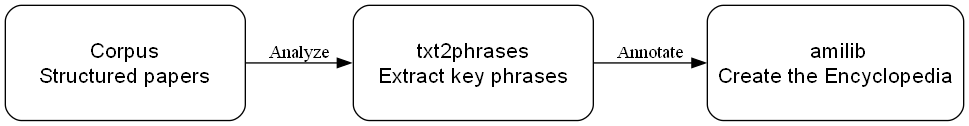
This is workflow/under.png from semanticClimate/encyclopedia, a Graphviz export, as it was before one commit. Its source is kept beside it as workflow/under.dot. The source it was exported from:
```dot
digraph understand_corpus {
    rankdir=LR;  // Left to right layout
    bgcolor="white";
    node [shape=rectangle, style=rounded, fontsize=16, fontname="Helvetica", width=2.5, height=1.2];

    corpus [label="Corpus\nStructured papers"];
    txt2phrases [label="txt2phrases\nExtract key phrases"];
    amilib [label=" amilib\nCreate the Encyclopedia"];


    corpus -> txt2phrases [label="Analyze", fontsize=14];
    txt2phrases -> amilib [label="Annotate", fontsize=14];
}
```
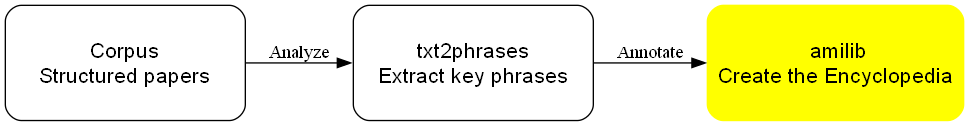
After the commit.

Commit message:
book generation

The edit, as a diff of the source:
```diff
@@ -1,11 +1,10 @@
 digraph understand_corpus {
     rankdir=LR;  // Left to right layout
-    bgcolor="white";
     node [shape=rectangle, style=rounded, fontsize=16, fontname="Helvetica", width=2.5, height=1.2];
 
     corpus [label="Corpus\nStructured papers"];
     txt2phrases [label="txt2phrases\nExtract key phrases"];
-    amilib [label=" amilib\nCreate the Encyclopedia"];
+    amilib [label=" amilib\nCreate the Encyclopedia" color="yellow" style="filled,rounded" ];
 
 
     corpus -> txt2phrases [label="Analyze", fontsize=14];
```
